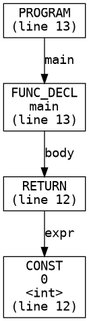
Before: codegen/ast.png, a diagram exported from Graphviz (kalamakis/Cpp-compiler). Its source is kept beside it as codegen/ast.dot.
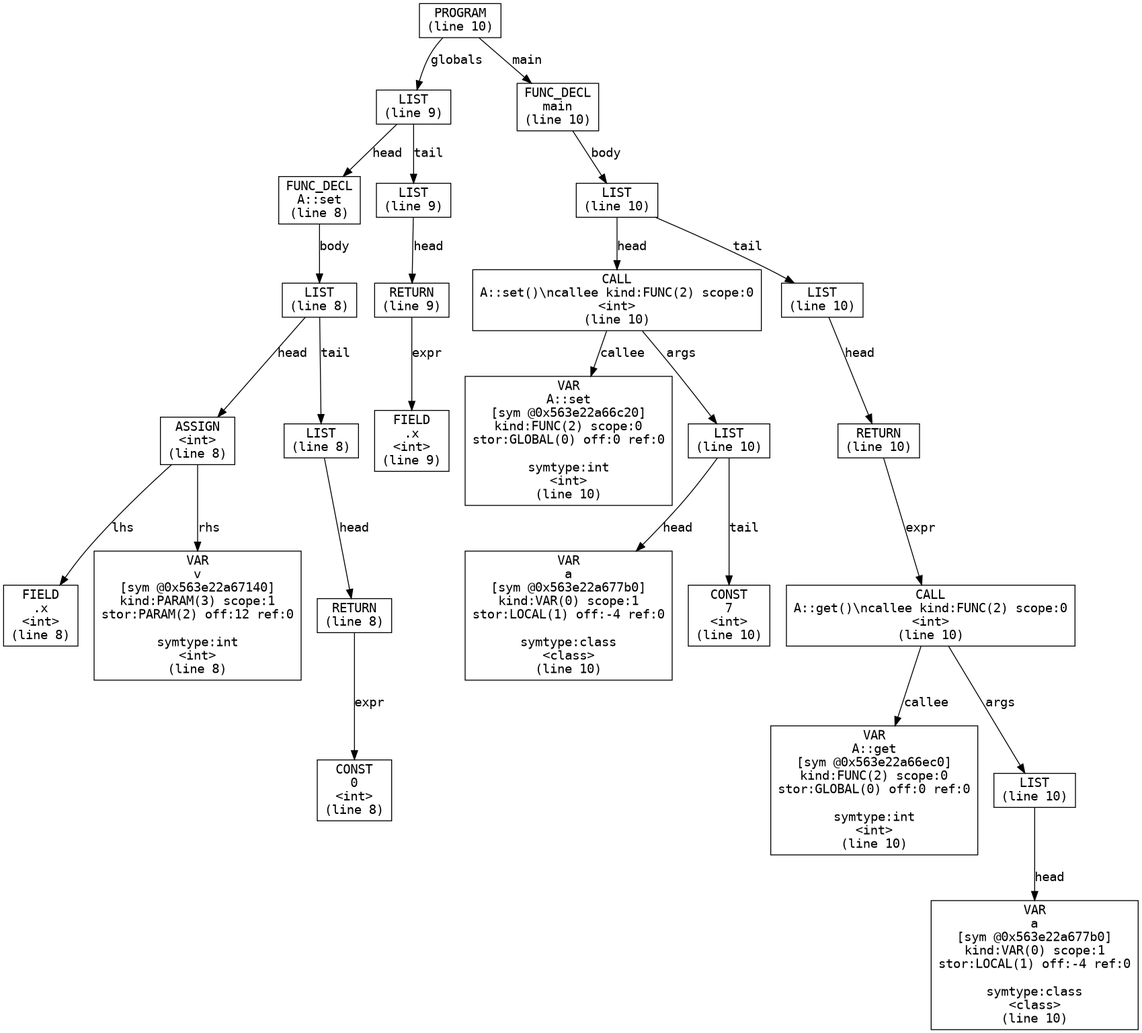
The same diagram one commit later.

What changed in the source:
```diff
@@ -1,11 +1,55 @@
 digraph AST {
   node [shape=box, fontname="Courier"];
   edge [fontname="Courier"];
-  n0 [label="PROGRAM\n(line 13)"];
-  n1 [label="FUNC_DECL\nmain\n(line 13)"];
-  n2 [label="RETURN\n(line 12)"];
-  n3 [label="CONST\n0\n<int>\n(line 12)"];
-  n2 -> n3 [label="expr"];
-  n1 -> n2 [label="body"];
-  n0 -> n1 [label="main"];
+  n0 [label="PROGRAM\n(line 10)"];
+  n1 [label="LIST\n(line 9)"];
+  n2 [label="FUNC_DECL\nA::set\n(line 8)"];
+  n3 [label="LIST\n(line 8)"];
+  n4 [label="ASSIGN\n<int>\n(line 8)"];
+  n5 [label="FIELD\n.x\n<int>\n(line 8)"];
+  n4 -> n5 [label="lhs"];
+  n6 [label="VAR\nv\n[sym @0x563e22a67140]\nkind:PARAM(3) scope:1\nstor:PARAM(2) off:12 ref:0\n\nsymtype:int\n<int>\n(line 8)"];
+  n4 -> n6 [label="rhs"];
+  n3 -> n4 [label="head"];
+  n7 [label="LIST\n(line 8)"];
+  n8 [label="RETURN\n(line 8)"];
+  n9 [label="CONST\n0\n<int>\n(line 8)"];
+  n8 -> n9 [label="expr"];
+  n7 -> n8 [label="head"];
+  n3 -> n7 [label="tail"];
+  n2 -> n3 [label="body"];
+  n1 -> n2 [label="head"];
+  n10 [label="LIST\n(line 9)"];
+  n11 [label="RETURN\n(line 9)"];
+  n12 [label="FIELD\n.x\n<int>\n(line 9)"];
+  n11 -> n12 [label="expr"];
+  n10 -> n11 [label="head"];
+  n1 -> n10 [label="tail"];
+  n0 -> n1 [label="globals"];
+  n13 [label="FUNC_DECL\nmain\n(line 10)"];
+  n14 [label="LIST\n(line 10)"];
+  n15 [label="CALL\nA::set()\\ncallee kind:FUNC(2) scope:0\n<int>\n(line 10)"];
+  n16 [label="VAR\nA::set\n[sym @0x563e22a66c20]\nkind:FUNC(2) scope:0\nstor:GLOBAL(0) off:0 ref:0\n\nsymtype:int\n<int>\n(line 10)"];
+  n15 -> n16 [label="callee"];
+  n17 [label="LIST\n(line 10)"];
+  n18 [label="VAR\na\n[sym @0x563e22a677b0]\nkind:VAR(0) scope:1\nstor:LOCAL(1) off:-4 ref:0\n\nsymtype:class\n<class>\n(line 10)"];
+  n17 -> n18 [label="head"];
+  n19 [label="CONST\n7\n<int>\n(line 10)"];
+  n17 -> n19 [label="tail"];
+  n15 -> n17 [label="args"];
+  n14 -> n15 [label="head"];
+  n20 [label="LIST\n(line 10)"];
+  n21 [label="RETURN\n(line 10)"];
+  n22 [label="CALL\nA::get()\\ncallee kind:FUNC(2) scope:0\n<int>\n(line 10)"];
+  n23 [label="VAR\nA::get\n[sym @0x563e22a66ec0]\nkind:FUNC(2) scope:0\nstor:GLOBAL(0) off:0 ref:0\n\nsymtype:int\n<int>\n(line 10)"];
+  n22 -> n23 [label="callee"];
+  n24 [label="LIST\n(line 10)"];
+  n25 [label="VAR\na\n[sym @0x563e22a677b0]\nkind:VAR(0) scope:1\nstor:LOCAL(1) off:-4 ref:0\n\nsymtype:class\n<class>\n(line 10)"];
+  n24 -> n25 [label="head"];
+  n22 -> n24 [label="args"];
+  n21 -> n22 [label="expr"];
+  n20 -> n21 [label="head"];
+  n14 -> n20 [label="tail"];
+  n13 -> n14 [label="body"];
+  n0 -> n13 [label="main"];
 }
```
